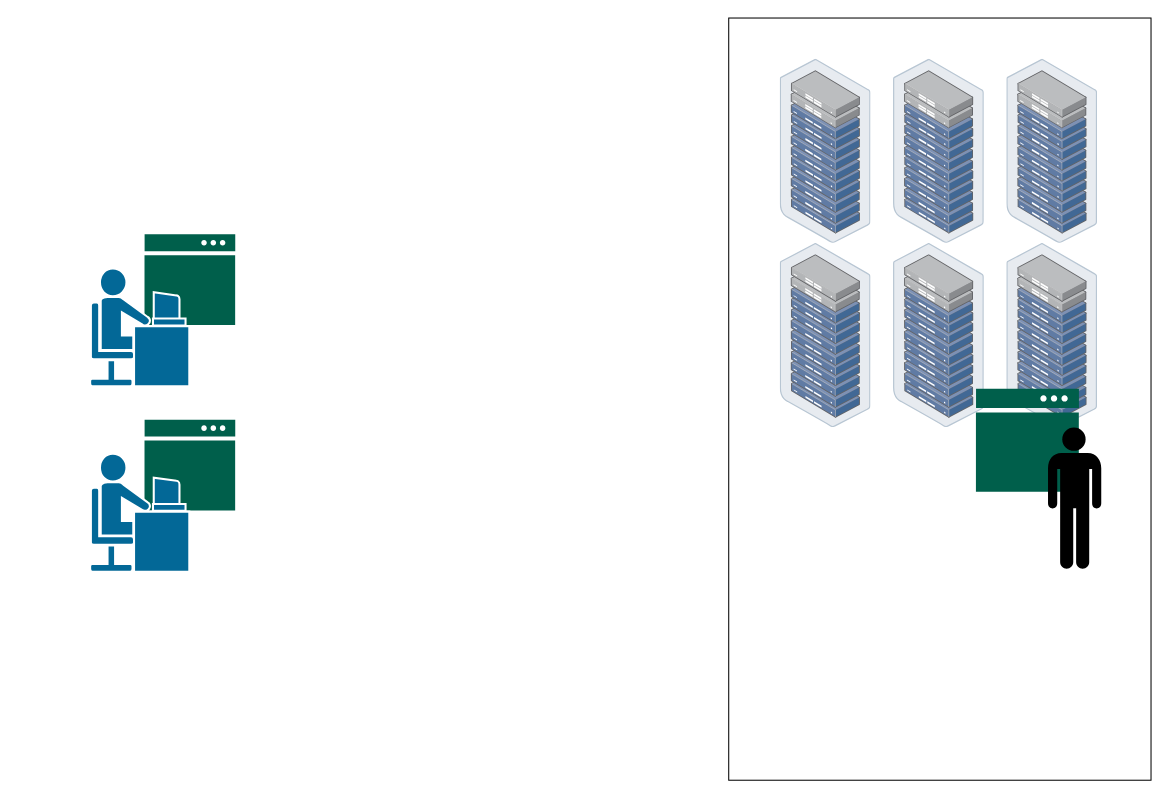
Before: ssh_connection.drawio in yokikim/Report-resource-linux, a draw.io diagram. Source tidied: cells renumbered, new cells numbered last; positions are measured from the earlier drawing's top-left corner, leaving out a move shared by most shapes. Both pictures are drawn from the tidied source at 103%, with x=0, y=0 at pixel (90, 18).
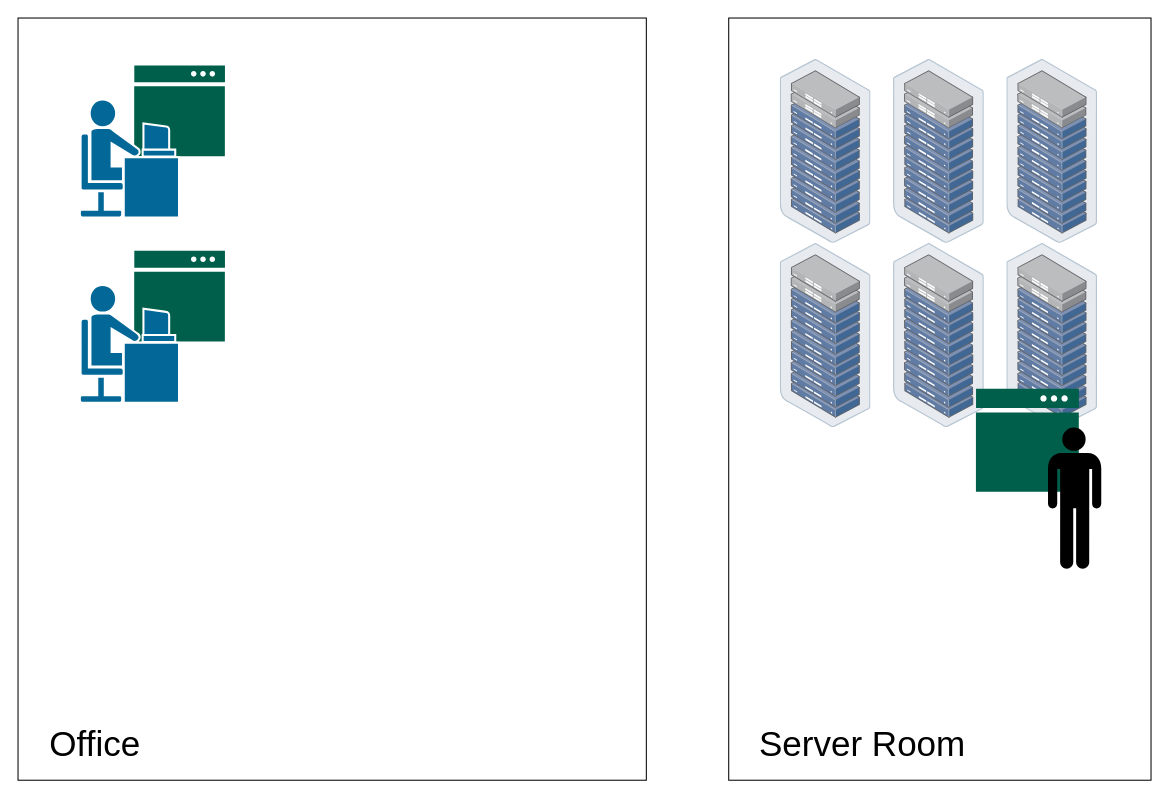
The same diagram, later.

Diff of the diagram source:
```diff
@@
+    <mxCell id="21" style="rounded=0;whiteSpace=wrap;html=1;" parent="1" vertex="1">
+      <mxGeometry x="-70" width="610" height="740" as="geometry" />
+    </mxCell>
@@
+    <mxCell id="22" style="group;" parent="3" vertex="1">
+      <mxGeometry x="-10" y="46" width="140.9" height="327.6" as="geometry" />
+    </mxCell>
-    <mxCell id="13" style="group;" parent="3" vertex="1">
-      <mxGeometry y="390" width="140.9" height="147.6" as="geometry" />
+    <mxCell id="13" style="group;" parent="22" vertex="1">
+      <mxGeometry y="180" width="140.9" height="147.6" as="geometry" />
     </mxCell>
@@
-    <mxCell id="16" style="group;" parent="3" vertex="1">
-      <mxGeometry y="210" width="140.9" height="147.6" as="geometry" />
+    <mxCell id="16" style="group;" parent="22" vertex="1">
+      <mxGeometry width="140.9" height="147.6" as="geometry" />
     </mxCell>
@@
+    <mxCell id="23" value="&lt;font style=&quot;font-size: 34px;&quot;&gt;Server Room&lt;/font&gt;" style="text;html=1;strokeColor=none;fillColor=none;align=center;verticalAlign=middle;whiteSpace=wrap;rounded=0;" parent="20" vertex="1">
+      <mxGeometry x="620" y="670" width="260" height="70" as="geometry" />
+    </mxCell>
+    <mxCell id="24" value="&lt;font style=&quot;font-size: 34px;&quot;&gt;Office&lt;/font&gt;" style="text;html=1;strokeColor=none;fillColor=none;align=center;verticalAlign=middle;whiteSpace=wrap;rounded=0;" parent="20" vertex="1">
+      <mxGeometry x="-70" y="670" width="150" height="70" as="geometry" />
+    </mxCell>
```
